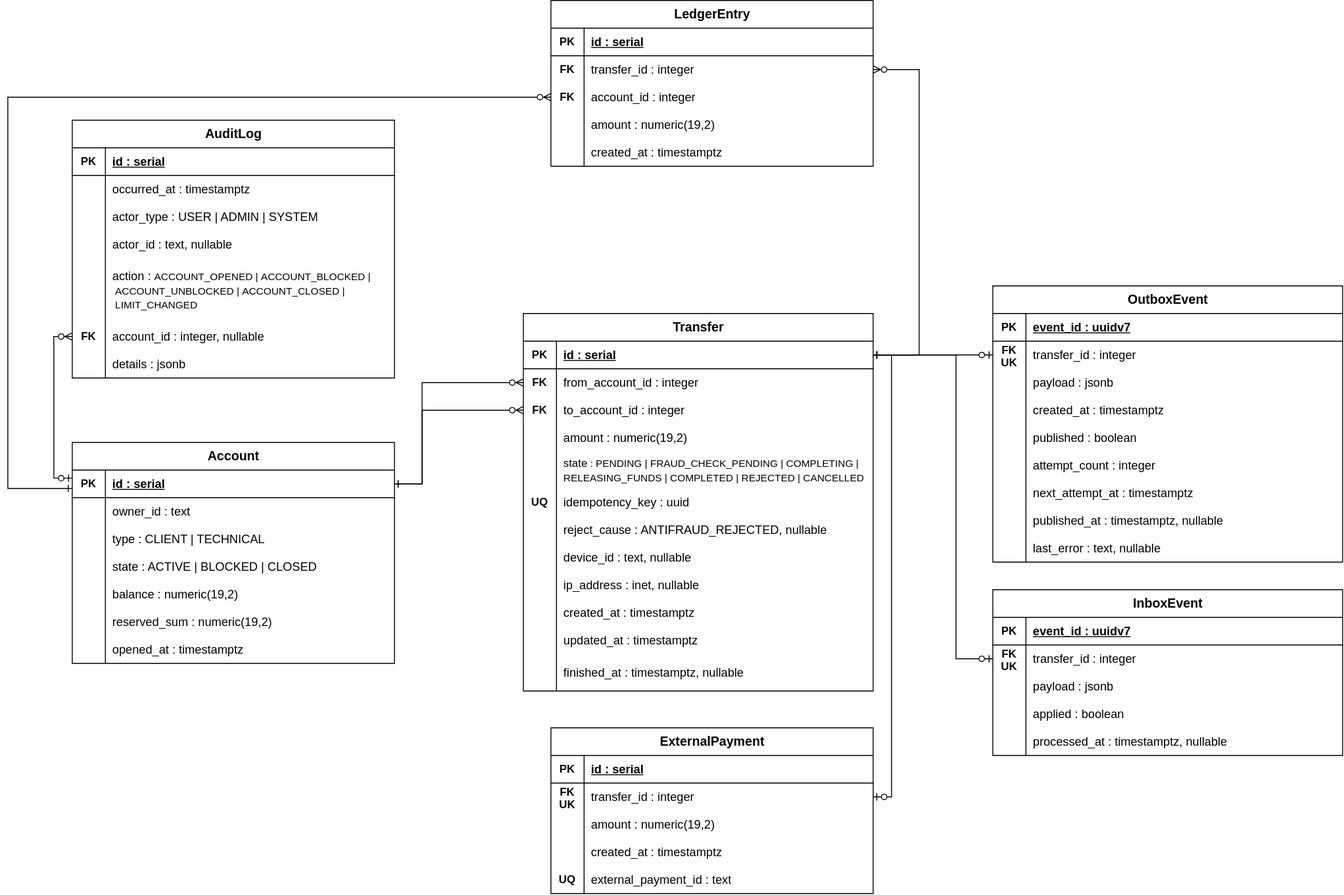
georgeboiko/e-bank keeps this draw.io diagram as backend/docs/data-models/compiled/datalogic/datalogic-money.svg. Above is the earlier version. Source tidied: cells renumbered, new cells last; positions are measured from the earlier drawing's top-left corner, leaving out a move shared by most shapes.
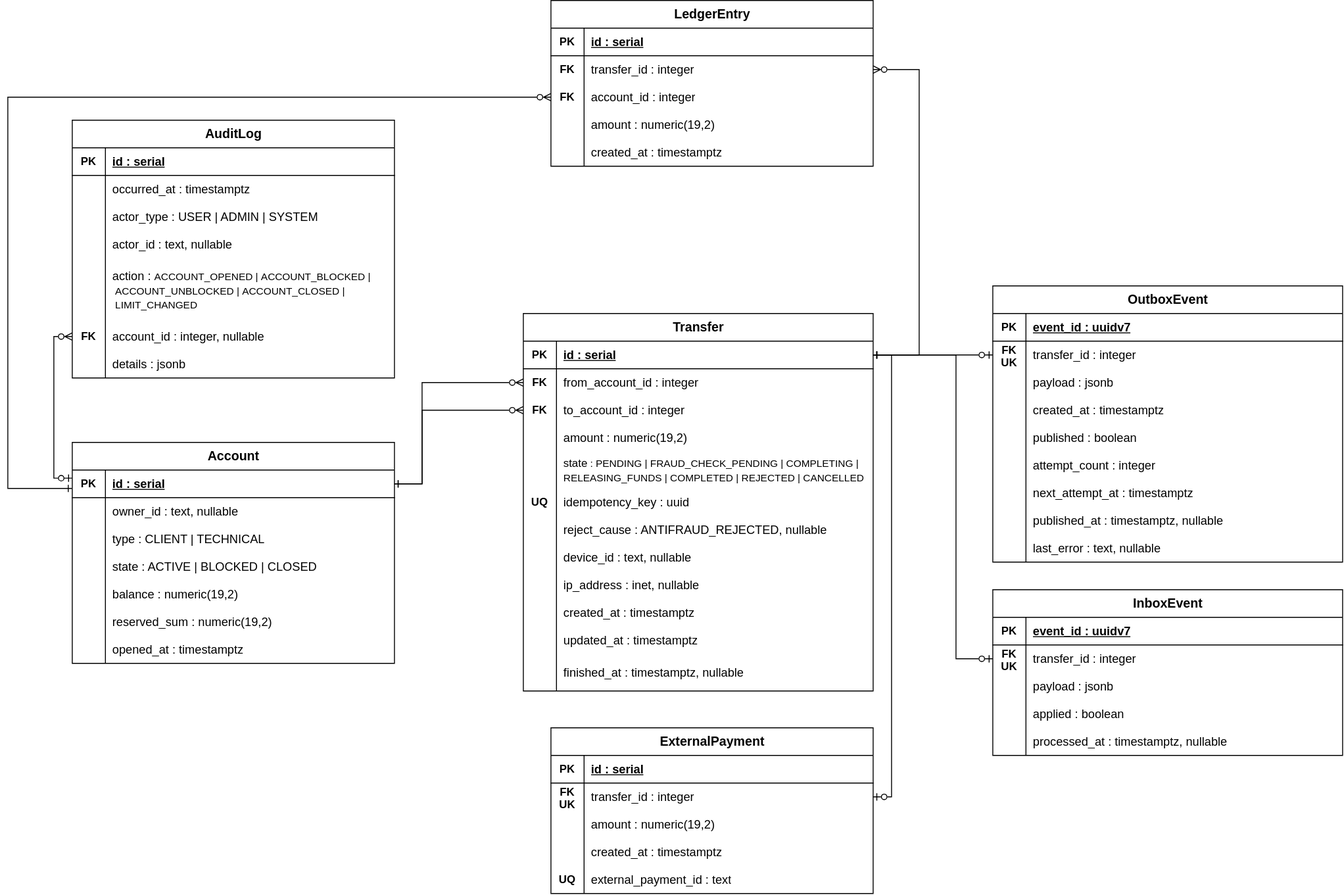
Above is the later version.

The edit, as a diff of the source:
```diff
@@ -20,7 +20,7 @@
     <mxCell id="7" style="shape=partialRectangle;fillColor=none;top=0;left=0;bottom=0;right=0;fontStyle=1;overflow=hidden;whiteSpace=wrap;html=1;fontSize=12;" parent="6" vertex="1">
       <mxGeometry width="36" height="30" as="geometry" />
     </mxCell>
-    <mxCell id="8" value="owner_id : text" style="shape=partialRectangle;fillColor=none;top=0;left=0;bottom=0;right=0;align=left;spacingLeft=6;fontStyle=0;overflow=hidden;whiteSpace=wrap;html=1;fontSize=13;" parent="6" vertex="1">
+    <mxCell id="8" value="owner_id : text, nullable" style="shape=partialRectangle;fillColor=none;top=0;left=0;bottom=0;right=0;align=left;spacingLeft=6;fontStyle=0;overflow=hidden;whiteSpace=wrap;html=1;fontSize=13;" parent="6" vertex="1">
       <mxGeometry x="36" width="314" height="30" as="geometry" />
     </mxCell>
     <mxCell id="9" style="shape=tableRow;horizontal=0;startSize=0;swimlaneHead=0;swimlaneBody=0;fillColor=none;top=0;left=0;right=0;bottom=0;" parent="2" vertex="1">
```
